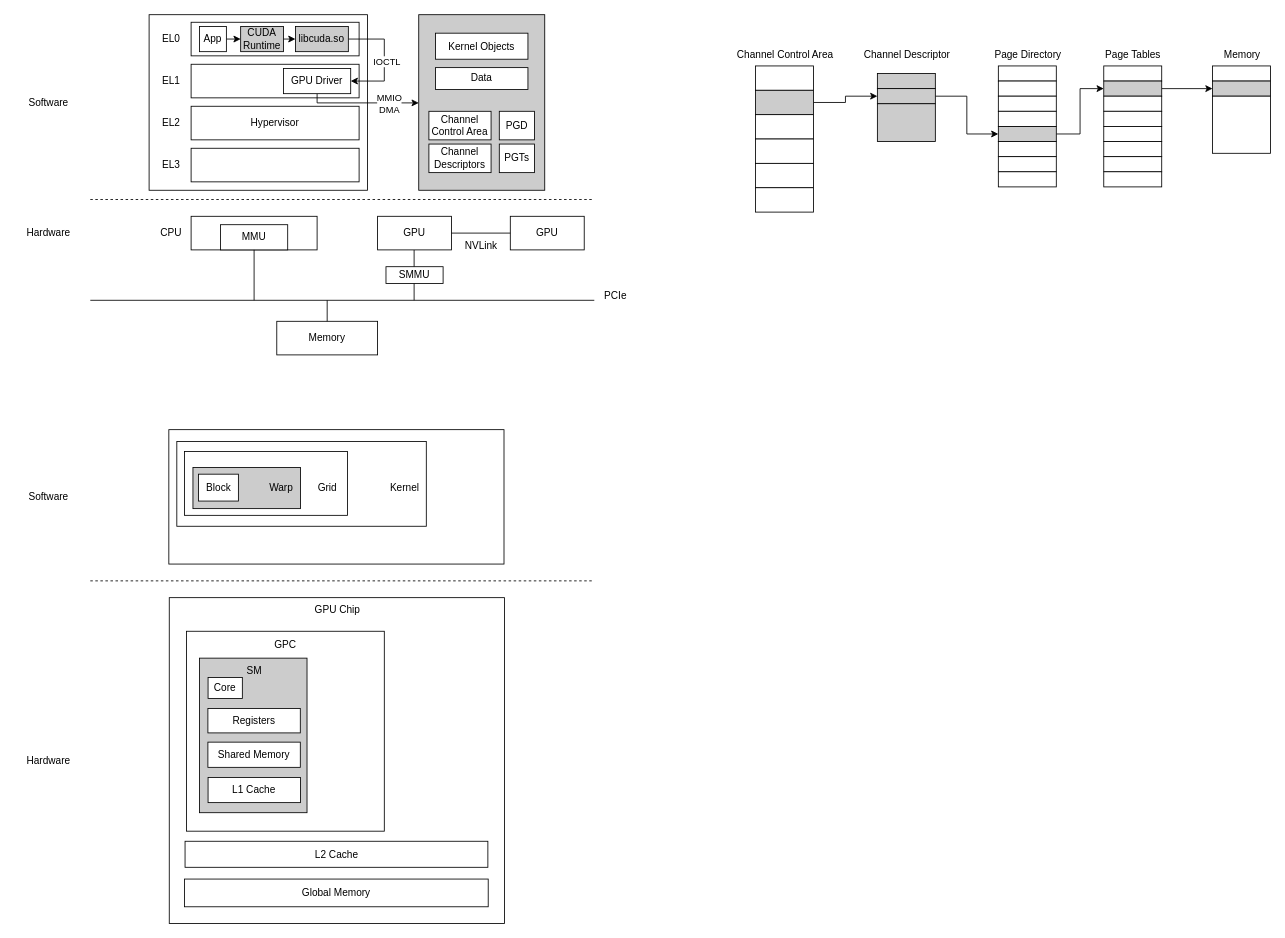
qianfei11/draw.io keeps this draw.io diagram as gpu.drawio. Above is the earlier version. Source tidied: cells renumbered, new cells numbered last; positions are measured from the earlier drawing's top-left corner, leaving out a move shared by most shapes. Both pictures are drawn from the tidied source at 84%, with x=0, y=0 at pixel (14, 14).
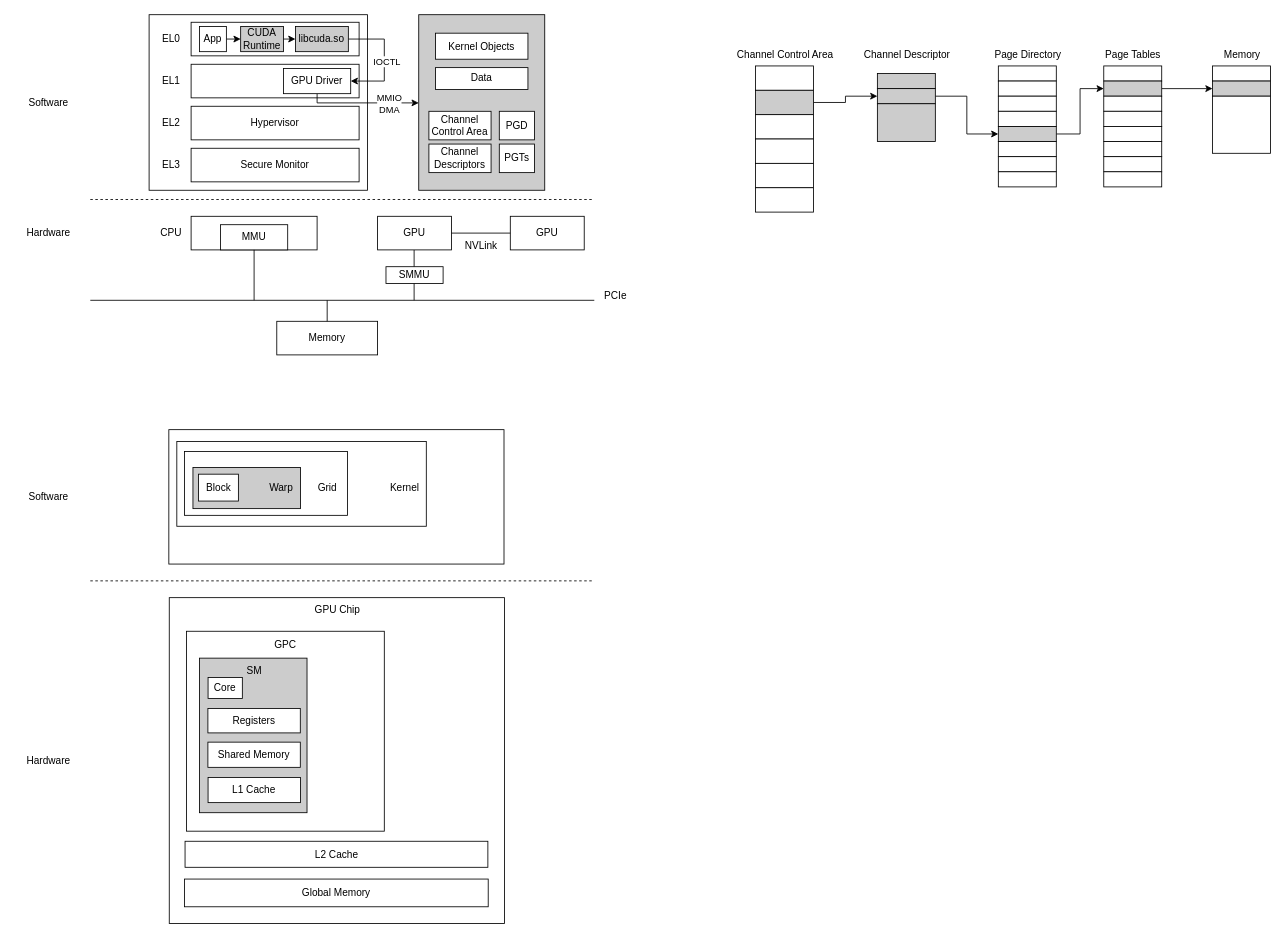
The same diagram, later.

The edit, as a diff of the source:
```diff
@@
-    <mxCell id="26" style="rounded=0;whiteSpace=wrap;html=1;" parent="1" vertex="1">
+    <mxCell id="26" value="Secure Monitor" style="rounded=0;whiteSpace=wrap;html=1;" parent="1" vertex="1">
       <mxGeometry x="210" y="159" width="200" height="40" as="geometry" />
     </mxCell>
```
